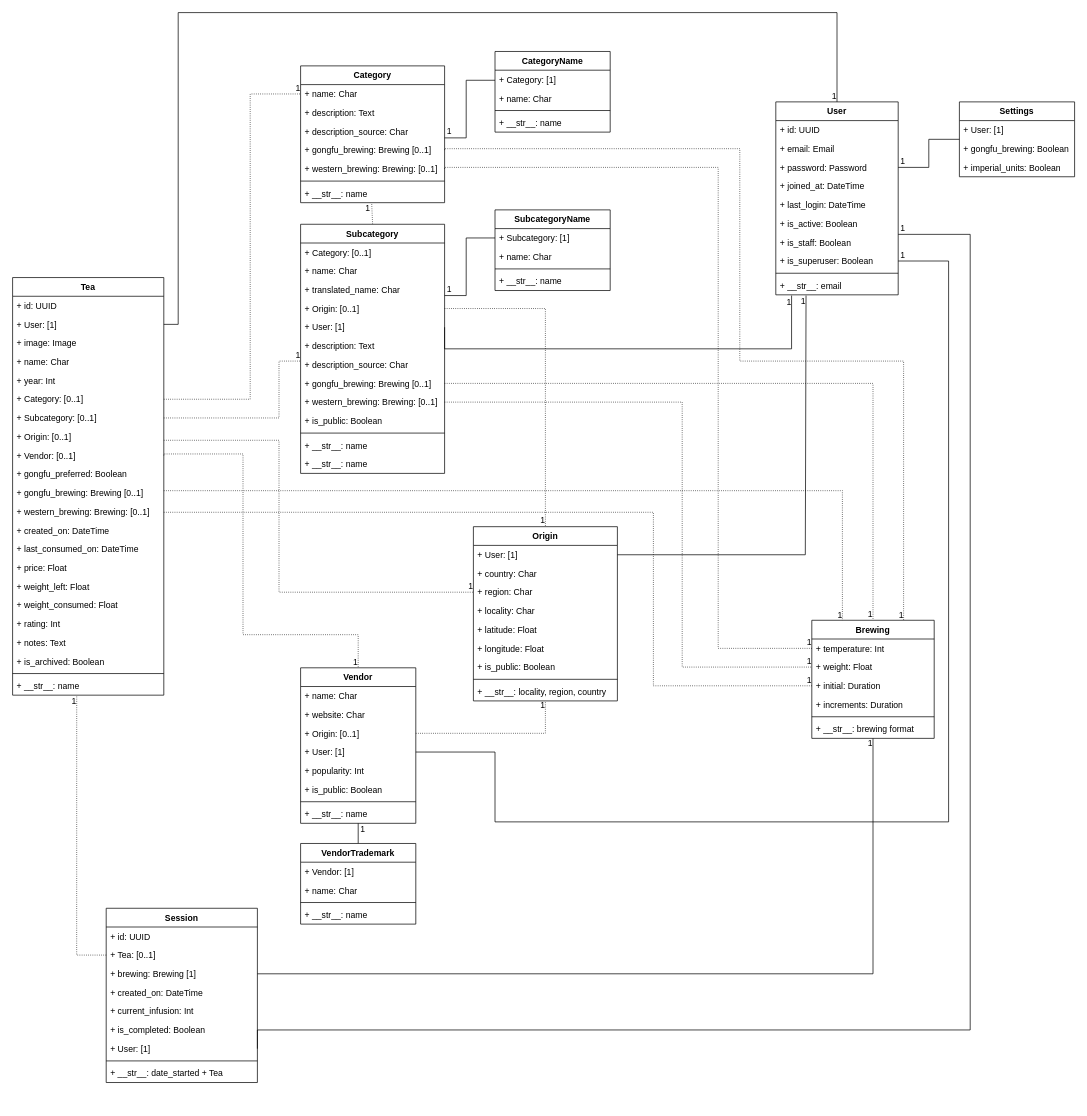
Earlier version of the draw.io diagram tea-shelf.drawio (gopicci/tea-shelf). Source tidied: cells renumbered, new cells numbered last; positions are measured from the earlier drawing's top-left corner, leaving out a move shared by most shapes. Both pictures are drawn from the tidied source at 72%, with x=0, y=0 at pixel (12, 12).
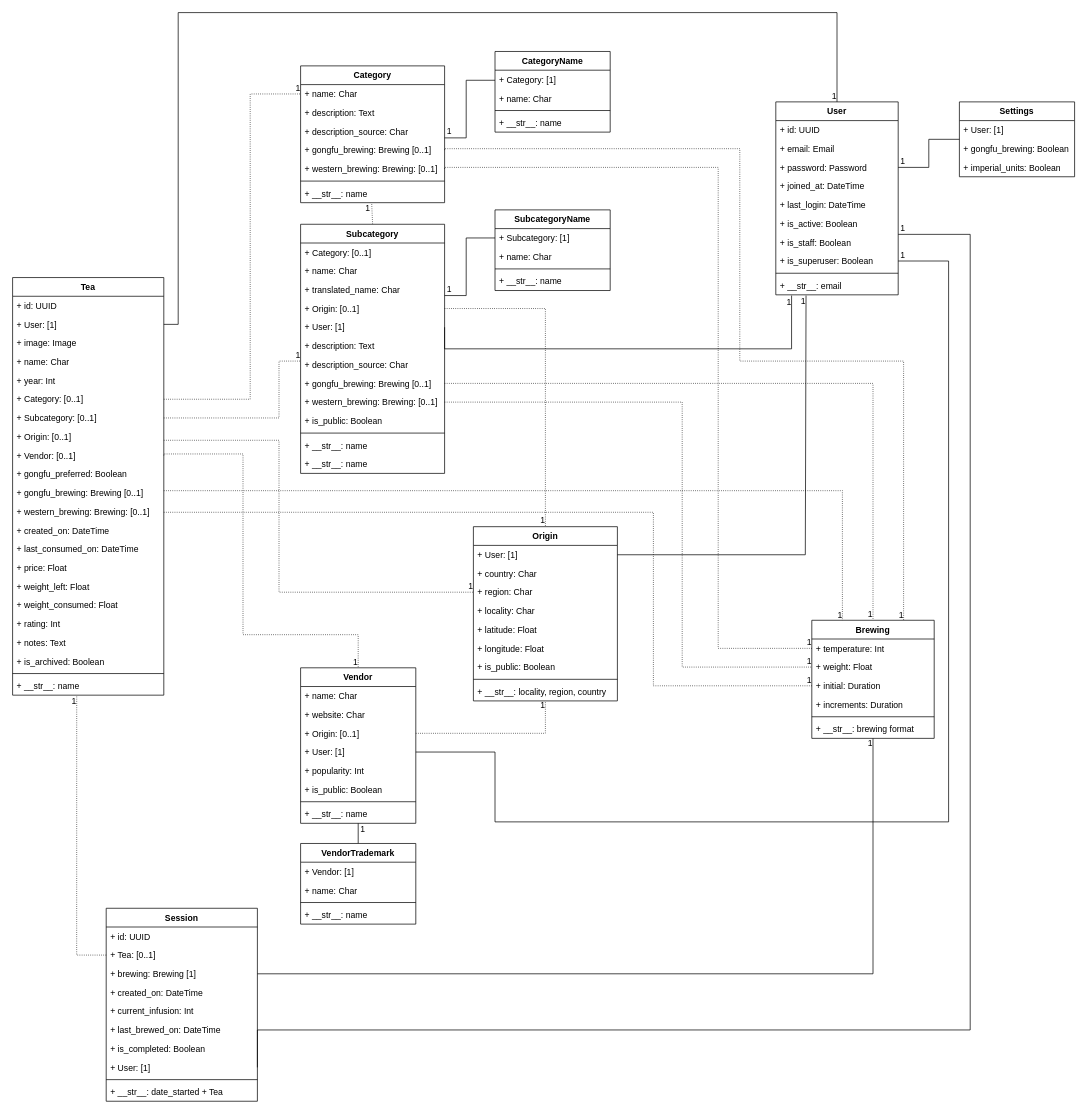
After the change.

Commit message:
Updating session diagram

What changed in the source:
```diff
@@
     <mxCell id="71" value="Session" style="swimlane;fontStyle=1;align=center;verticalAlign=top;horizontal=1;startSize=26;" parent="1" vertex="1">
-      <mxGeometry x="130" y="1244" width="210" height="242" as="geometry" />
+      <mxGeometry x="130" y="1244" width="210" height="268" as="geometry" />
     </mxCell>
@@
+    <mxCell id="161" value="+ last_brewed_on: DateTime" style="text;strokeColor=none;fillColor=none;align=left;verticalAlign=top;spacingLeft=4;spacingRight=4;overflow=hidden;" parent="71" vertex="1">
+      <mxGeometry y="156" width="210" height="26" as="geometry" />
+    </mxCell>
     <mxCell id="77" value="+ is_completed: Boolean" style="text;strokeColor=none;fillColor=none;align=left;verticalAlign=top;spacingLeft=4;spacingRight=4;overflow=hidden;" parent="71" vertex="1">
-      <mxGeometry y="156" width="210" height="26" as="geometry" />
+      <mxGeometry y="182" width="210" height="26" as="geometry" />
     </mxCell>
     <mxCell id="78" value="+ User: [1]" style="text;strokeColor=none;fillColor=none;align=left;verticalAlign=top;spacingLeft=4;spacingRight=4;overflow=hidden;points=[[0,0.5],[1,0.5]];portConstraint=eastwest;" parent="71" vertex="1">
-      <mxGeometry y="182" width="210" height="26" as="geometry" />
+      <mxGeometry y="208" width="210" height="26" as="geometry" />
     </mxCell>
     <mxCell id="79" style="line;strokeWidth=1;fillColor=none;align=left;verticalAlign=middle;spacingTop=-1;spacingLeft=3;spacingRight=3;labelPosition=right;" parent="71" vertex="1">
-      <mxGeometry y="208" width="210" height="8" as="geometry" />
+      <mxGeometry y="234" width="210" height="8" as="geometry" />
     </mxCell>
     <mxCell id="80" value="+ __str__: date_started + Tea" style="text;strokeColor=none;fillColor=none;align=left;verticalAlign=top;spacingLeft=4;spacingRight=4;overflow=hidden;" parent="71" vertex="1">
-      <mxGeometry y="216" width="210" height="26" as="geometry" />
+      <mxGeometry y="242" width="210" height="26" as="geometry" />
     </mxCell>
```
